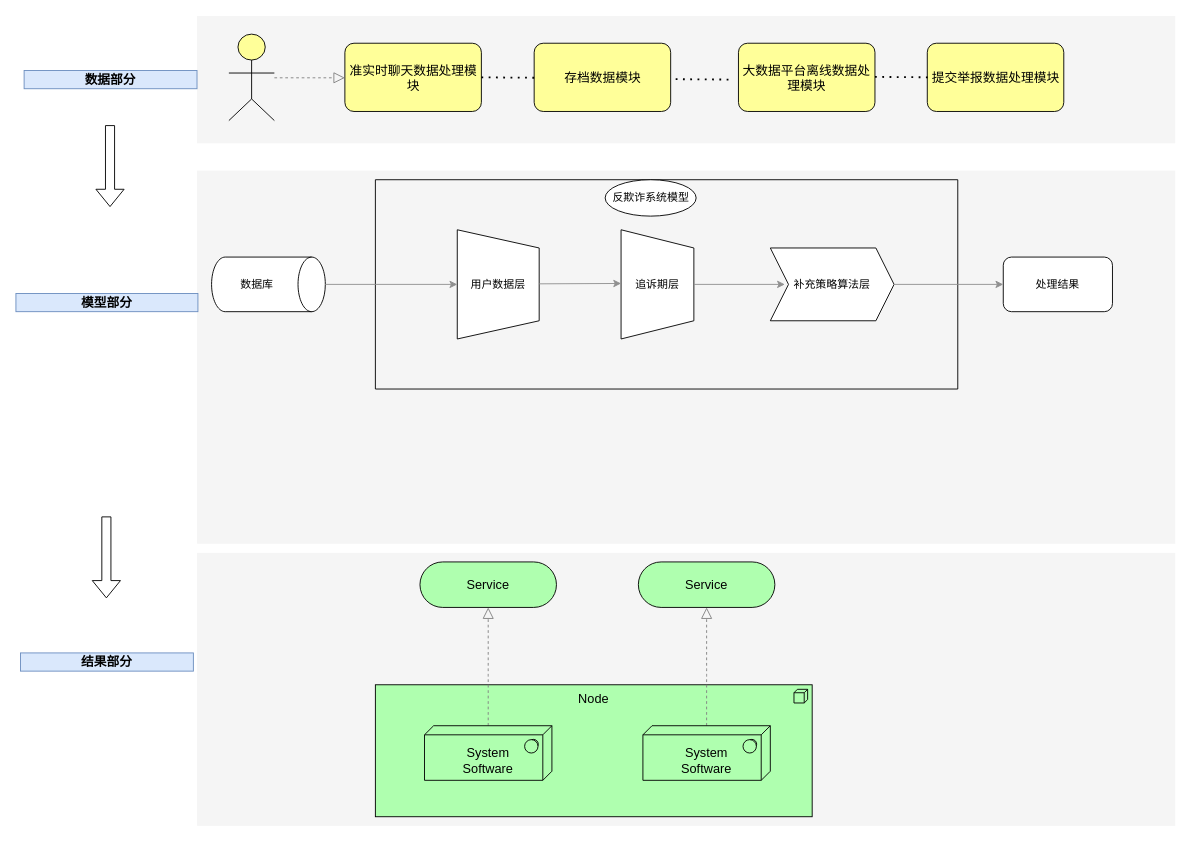
The draw.io diagram Untitled Diagram.drawio in startarhwa/2019double11, before the edit. Source tidied: cells renumbered, new cells numbered last; positions are measured from the earlier drawing's top-left corner, leaving out a move shared by most shapes. Both pictures are drawn from the tidied source at 91%, with x=0, y=0 at pixel (15, 15).
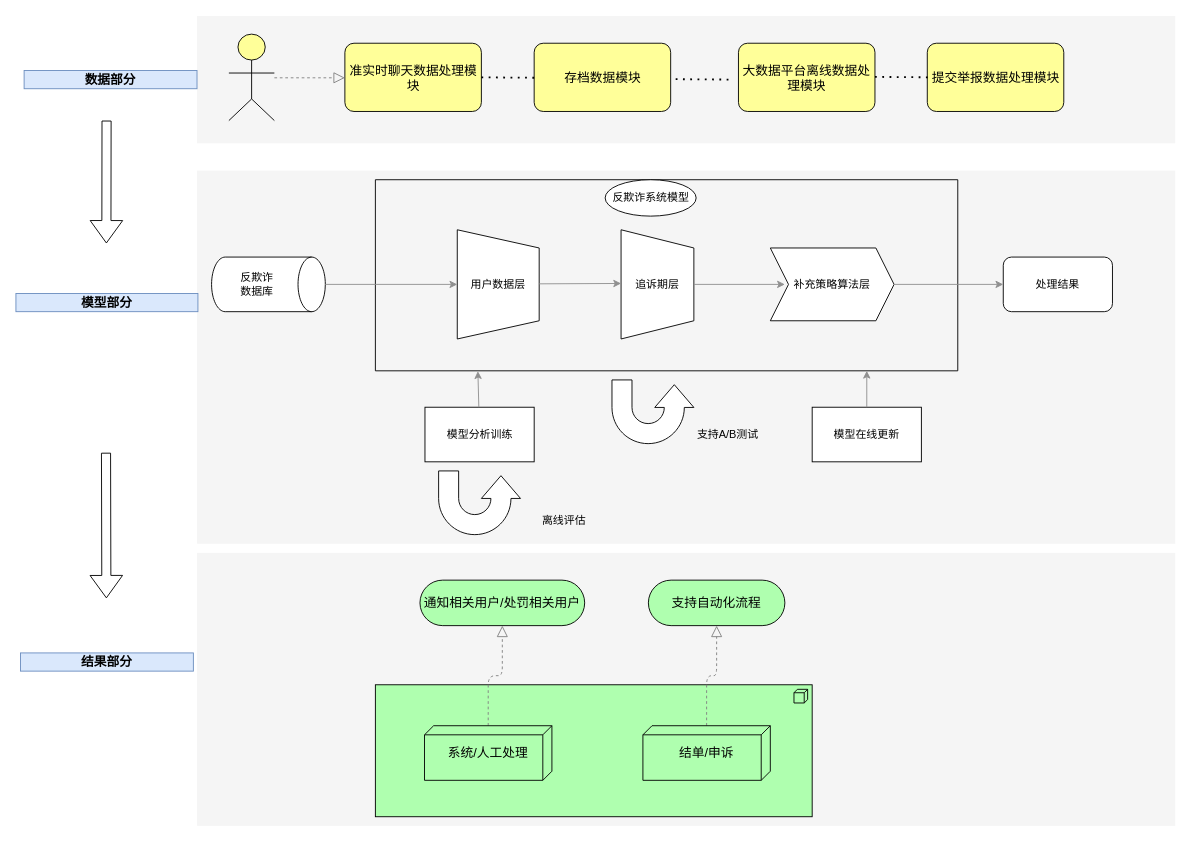
After the change.

Diff of the diagram source:
```diff
@@
-    <mxCell id="5" value="Node" style="html=1;whiteSpace=wrap;fillColor=#AFFFAF;shape=mxgraph.archimate3.application;appType=node;archiType=square;fontSize=14;verticalAlign=top;" parent="1" vertex="1">
+    <mxCell id="5" style="html=1;whiteSpace=wrap;fillColor=#AFFFAF;shape=mxgraph.archimate3.application;appType=node;archiType=square;fontSize=14;verticalAlign=top;" parent="1" vertex="1">
       <mxGeometry x="395" y="735" width="480" height="145" as="geometry" />
     </mxCell>
@@
-    <mxCell id="7" value="&lt;div&gt;&lt;br&gt;&lt;/div&gt;System&lt;div&gt;Software&lt;/div&gt;" style="html=1;whiteSpace=wrap;fillColor=#AFFFAF;shape=mxgraph.archimate3.tech;techType=sysSw;fontSize=14;" parent="1" vertex="1">
+    <mxCell id="7" value="系统/人工处理" style="html=1;whiteSpace=wrap;fillColor=#AFFFAF;shape=mxgraph.archimate3.tech;techType=;fontSize=14;" parent="1" vertex="1">
       <mxGeometry x="449" y="780" width="140" height="60" as="geometry" />
     </mxCell>
@@
-    <mxCell id="9" value="&lt;div&gt;&lt;br&gt;&lt;/div&gt;&lt;div&gt;&lt;span&gt;System&lt;/span&gt;&lt;div&gt;Software&lt;/div&gt;&lt;/div&gt;" style="html=1;whiteSpace=wrap;fillColor=#AFFFAF;shape=mxgraph.archimate3.tech;techType=sysSw;fontSize=14;" parent="1" vertex="1">
+    <mxCell id="9" value="结单/申诉" style="html=1;whiteSpace=wrap;fillColor=#AFFFAF;shape=mxgraph.archimate3.tech;techType=;fontSize=14;" parent="1" vertex="1">
       <mxGeometry x="689" y="780" width="140" height="60" as="geometry" />
     </mxCell>
-    <mxCell id="10" value="Service" style="html=1;whiteSpace=wrap;fillColor=#AFFFAF;shape=mxgraph.archimate3.service;fontSize=14;" parent="1" vertex="1">
-      <mxGeometry x="444" y="600" width="150" height="50" as="geometry" />
+    <mxCell id="10" value="通知相关用户/处罚相关用户" style="html=1;whiteSpace=wrap;fillColor=#AFFFAF;shape=mxgraph.archimate3.service;fontSize=14;" parent="1" vertex="1">
+      <mxGeometry x="444" y="620" width="181" height="50" as="geometry" />
     </mxCell>
-    <mxCell id="11" value="Service" style="html=1;whiteSpace=wrap;fillColor=#AFFFAF;shape=mxgraph.archimate3.service;fontSize=14;" parent="1" vertex="1">
-      <mxGeometry x="684" y="600" width="150" height="50" as="geometry" />
+    <mxCell id="11" value="支持自动化流程" style="html=1;whiteSpace=wrap;fillColor=#AFFFAF;shape=mxgraph.archimate3.service;fontSize=14;" parent="1" vertex="1">
+      <mxGeometry x="695" y="620" width="150" height="50" as="geometry" />
     </mxCell>
@@
-    <mxCell id="24" style="shape=flexArrow;endArrow=classic;html=1;rounded=0;" parent="1" edge="1">
-      <mxGeometry relative="1" as="geometry">
-        <mxPoint x="103.4" y="120" as="sourcePoint" />
-        <mxPoint x="103.4" y="210" as="targetPoint" />
-      </mxGeometry>
-    </mxCell>
-    <mxCell id="25" style="shape=flexArrow;endArrow=classic;html=1;rounded=0;" parent="1" edge="1">
+    <mxCell id="25" style="shape=flexArrow;endArrow=classic;html=1;rounded=0;endWidth=24.705882352941178;endSize=7.882352941176471;" parent="1" edge="1">
       <mxGeometry relative="1" as="geometry">
-        <mxPoint x="99.4" y="550" as="sourcePoint" />
+        <mxPoint x="99" y="480" as="sourcePoint" />
         <mxPoint x="99.4" y="640" as="targetPoint" />
       </mxGeometry>
     </mxCell>
-    <mxCell id="26" value="数据库" style="shape=cylinder3;whiteSpace=wrap;html=1;boundedLbl=1;backgroundOutline=1;size=15;direction=south;" parent="1" vertex="1">
+    <mxCell id="26" value="反欺诈&lt;br&gt;数据库" style="shape=cylinder3;whiteSpace=wrap;html=1;boundedLbl=1;backgroundOutline=1;size=15;direction=south;" parent="1" vertex="1">
       <mxGeometry x="215" y="265" width="125" height="60" as="geometry" />
     </mxCell>
     <mxCell id="27" style="swimlane;startSize=0;" parent="1" vertex="1">
-      <mxGeometry x="395" y="180" width="640" height="230" as="geometry" />
+      <mxGeometry x="395" y="180" width="640" height="210" as="geometry" />
     </mxCell>
@@
+    <mxCell id="37" value="模型分析训练" style="rounded=0;whiteSpace=wrap;html=1;" parent="1" vertex="1">
+      <mxGeometry x="449.5" y="430" width="120" height="60" as="geometry" />
+    </mxCell>
+    <mxCell id="38" value="模型在线更新" style="rounded=0;whiteSpace=wrap;html=1;" parent="1" vertex="1">
+      <mxGeometry x="875" y="430" width="120" height="60" as="geometry" />
+    </mxCell>
+    <mxCell id="39" style="html=1;shadow=0;dashed=0;align=center;verticalAlign=middle;shape=mxgraph.arrows2.uTurnArrow;dy=11;arrowHead=43;dx2=25;direction=south;flipV=1;flipH=0;" parent="1" vertex="1">
+      <mxGeometry x="655" y="400" width="90" height="70" as="geometry" />
+    </mxCell>
+    <mxCell id="40" value="支持A/B测试" style="text;html=1;strokeColor=none;fillColor=none;align=center;verticalAlign=middle;whiteSpace=wrap;rounded=0;" parent="1" vertex="1">
+      <mxGeometry x="745" y="445" width="75" height="30" as="geometry" />
+    </mxCell>
+    <mxCell id="41" style="endArrow=classic;html=1;rounded=0;strokeColor=#8F8F8F;entryX=0.176;entryY=1.002;entryDx=0;entryDy=0;entryPerimeter=0;" parent="1" edge="1" source="37" target="27">
+      <mxGeometry relative="1" as="geometry" />
+    </mxCell>
+    <mxCell id="42" style="endArrow=classic;html=1;rounded=0;strokeColor=#8F8F8F;exitX=0.5;exitY=0;exitDx=0;exitDy=0;" parent="1" edge="1" source="38">
+      <mxGeometry relative="1" as="geometry">
+        <mxPoint x="935" y="390" as="targetPoint" />
+      </mxGeometry>
+    </mxCell>
+    <mxCell id="43" style="html=1;shadow=0;dashed=0;align=center;verticalAlign=middle;shape=mxgraph.arrows2.uTurnArrow;dy=11;arrowHead=43;dx2=25;direction=south;flipV=1;flipH=0;" parent="1" vertex="1">
+      <mxGeometry x="464.5" y="500" width="90" height="70" as="geometry" />
+    </mxCell>
+    <mxCell id="44" value="离线评估" style="text;html=1;strokeColor=none;fillColor=none;align=center;verticalAlign=middle;whiteSpace=wrap;rounded=0;" parent="1" vertex="1">
+      <mxGeometry x="565" y="540" width="75" height="30" as="geometry" />
+    </mxCell>
+    <mxCell id="45" style="shape=flexArrow;endArrow=classic;html=1;rounded=0;endWidth=24.705882352941178;endSize=7.882352941176471;" parent="1" edge="1">
+      <mxGeometry relative="1" as="geometry">
+        <mxPoint x="99.6" y="115" as="sourcePoint" />
+        <mxPoint x="99.4" y="250" as="targetPoint" />
+      </mxGeometry>
+    </mxCell>
```
